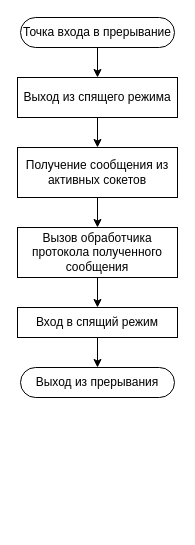
Above: page "рис 16 прерывание eth" (7 of 14) of pic.drawio in mmm-da/vkr-report (draw.io), before the change. Source tidied: cells renumbered, new cells numbered last; positions are measured from the earlier drawing's top-left corner, leaving out a move shared by most shapes. Both pictures are drawn from the tidied source at 100%, with x=0, y=0 at pixel (17, 17).
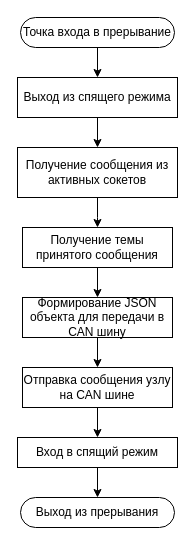
The same diagram, later.

Change to the diagram source:
```diff
@@
 <mxGraphModel>
   <root>
     <mxCell id="0" />
     <mxCell id="1" parent="0" />
     <mxCell id="2" style="edgeStyle=orthogonalEdgeStyle;rounded=0;jettySize=auto;html=1;entryX=0.5;entryY=0;entryDx=0;entryDy=0;" parent="1" edge="1" source="3" target="5">
       <mxGeometry relative="1" as="geometry" />
     </mxCell>
     <mxCell id="3" value="Точка входа в прерывание" style="rounded=1;whiteSpace=wrap;html=1;arcSize=50;" parent="1" vertex="1">
       <mxGeometry x="3" width="154" height="30" as="geometry" />
     </mxCell>
     <mxCell id="4" style="edgeStyle=orthogonalEdgeStyle;rounded=0;jettySize=auto;html=1;entryX=0.5;entryY=0;entryDx=0;entryDy=0;" parent="1" edge="1" source="5" target="7">
       <mxGeometry relative="1" as="geometry" />
     </mxCell>
     <mxCell id="5" value="Выход из спящего режима" style="rounded=0;whiteSpace=wrap;html=1;" parent="1" vertex="1">
       <mxGeometry y="60" width="160" height="40" as="geometry" />
     </mxCell>
-    <mxCell id="6" style="edgeStyle=orthogonalEdgeStyle;rounded=0;jettySize=auto;html=1;entryX=0.5;entryY=0;entryDx=0;entryDy=0;" parent="1" edge="1" source="7" target="9">
-      <mxGeometry relative="1" as="geometry" />
+    <mxCell id="6" style="edgeStyle=orthogonalEdgeStyle;rounded=0;jettySize=auto;html=1;entryX=0.5;entryY=0;entryDx=0;entryDy=0;" parent="1" edge="1" source="7">
+      <mxGeometry relative="1" as="geometry">
+        <mxPoint x="80" y="210" as="targetPoint" />
+      </mxGeometry>
     </mxCell>
     <mxCell id="7" value="Получение сообщения из активных сокетов" style="rounded=0;whiteSpace=wrap;html=1;" parent="1" vertex="1">
       <mxGeometry y="130" width="160" height="50" as="geometry" />
     </mxCell>
-    <mxCell id="8" style="edgeStyle=orthogonalEdgeStyle;rounded=0;jettySize=auto;html=1;entryX=0.5;entryY=0;entryDx=0;entryDy=0;" parent="1" edge="1" source="9" target="11">
-      <mxGeometry relative="1" as="geometry" />
+    <mxCell id="8" style="edgeStyle=orthogonalEdgeStyle;rounded=0;jettySize=auto;html=1;entryX=0.5;entryY=0;entryDx=0;entryDy=0;" parent="1" edge="1" target="11">
+      <mxGeometry relative="1" as="geometry">
+        <mxPoint x="80" y="390" as="sourcePoint" />
+      </mxGeometry>
     </mxCell>
-    <mxCell id="9" value="Вызов обработчика протокола полученного сообщения" style="rounded=0;whiteSpace=wrap;html=1;" parent="1" vertex="1">
-      <mxGeometry y="210" width="160" height="50" as="geometry" />
-    </mxCell>
     <mxCell id="10" style="edgeStyle=orthogonalEdgeStyle;rounded=0;jettySize=auto;html=1;entryX=0.5;entryY=0;entryDx=0;entryDy=0;" parent="1" edge="1" source="11" target="12">
       <mxGeometry relative="1" as="geometry" />
     </mxCell>
     <mxCell id="11" value="Вход в спящий режим" style="rounded=0;whiteSpace=wrap;html=1;" parent="1" vertex="1">
-      <mxGeometry y="290" width="160" height="30" as="geometry" />
+      <mxGeometry y="420" width="160" height="30" as="geometry" />
     </mxCell>
     <mxCell id="12" value="Выход из прерывания" style="rounded=1;whiteSpace=wrap;html=1;arcSize=50;" parent="1" vertex="1">
-      <mxGeometry x="3" y="350" width="154" height="30" as="geometry" />
+      <mxGeometry x="3" y="480" width="154" height="30" as="geometry" />
     </mxCell>
+    <mxCell id="13" style="edgeStyle=orthogonalEdgeStyle;rounded=0;jettySize=auto;html=1;entryX=0.5;entryY=0;entryDx=0;entryDy=0;" parent="1" edge="1" source="14" target="16">
+      <mxGeometry relative="1" as="geometry" />
+    </mxCell>
+    <mxCell id="14" value="Получение темы принятого сообщения" style="rounded=0;whiteSpace=wrap;html=1;" parent="1" vertex="1">
+      <mxGeometry x="5" y="210" width="150" height="40" as="geometry" />
+    </mxCell>
+    <mxCell id="15" style="edgeStyle=orthogonalEdgeStyle;rounded=0;jettySize=auto;html=1;entryX=0.5;entryY=0;entryDx=0;entryDy=0;" parent="1" edge="1" source="16" target="17">
+      <mxGeometry relative="1" as="geometry" />
+    </mxCell>
+    <mxCell id="16" value="Формирование JSON объекта для передачи в CAN шину" style="rounded=0;whiteSpace=wrap;html=1;" parent="1" vertex="1">
+      <mxGeometry x="5" y="280" width="150" height="40" as="geometry" />
+    </mxCell>
+    <mxCell id="17" value="Отправка сообщения узлу на CAN шине" style="rounded=0;whiteSpace=wrap;html=1;" parent="1" vertex="1">
+      <mxGeometry x="5" y="350" width="150" height="40" as="geometry" />
+    </mxCell>
   </root>
 </mxGraphModel>
```
